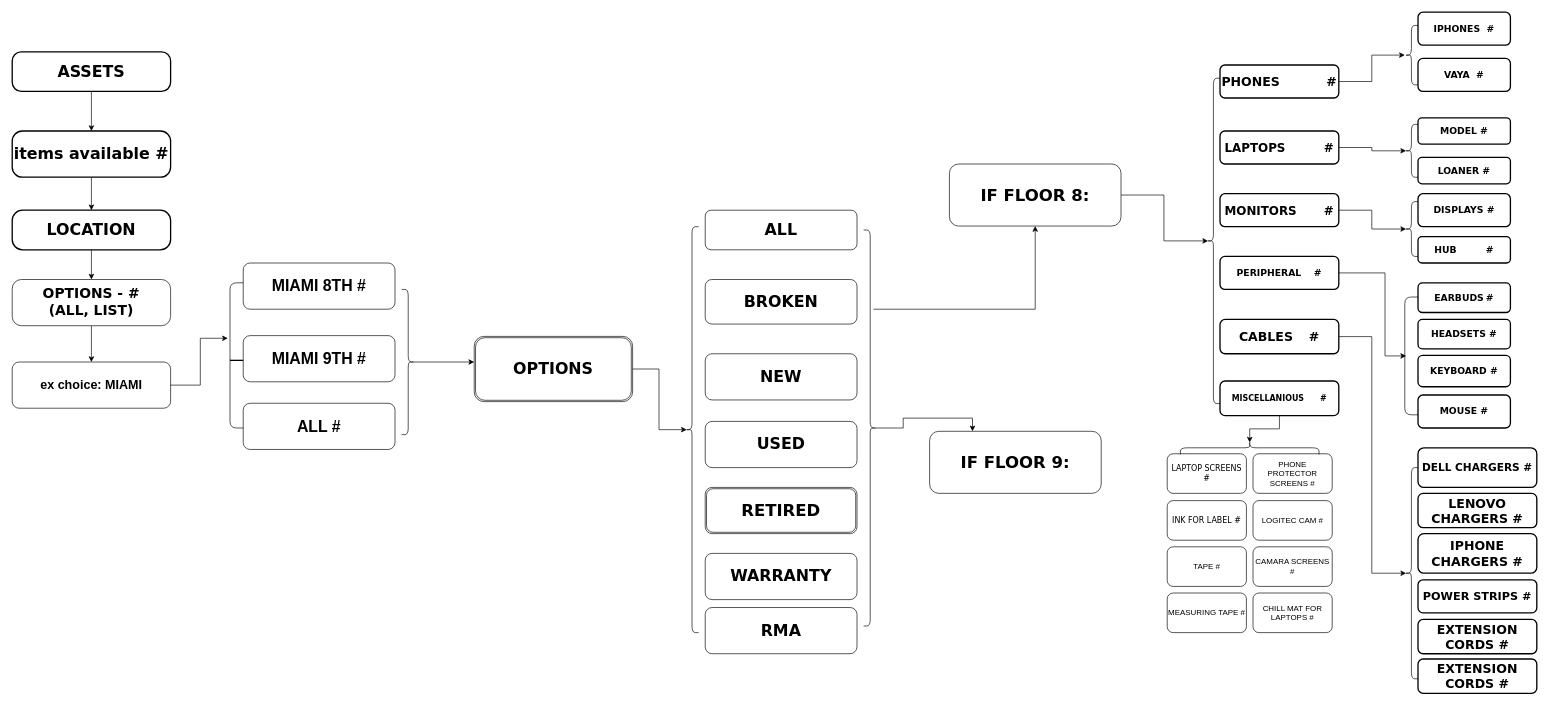
Before: therealchart.drawio in MelissaaGuz/storage.items, a draw.io diagram. Source tidied: cells renumbered, new cells numbered last; positions are measured from the earlier drawing's top-left corner, leaving out a move shared by most shapes. Both pictures are drawn from the tidied source at 66%, with x=0, y=0 at pixel (12, 12).
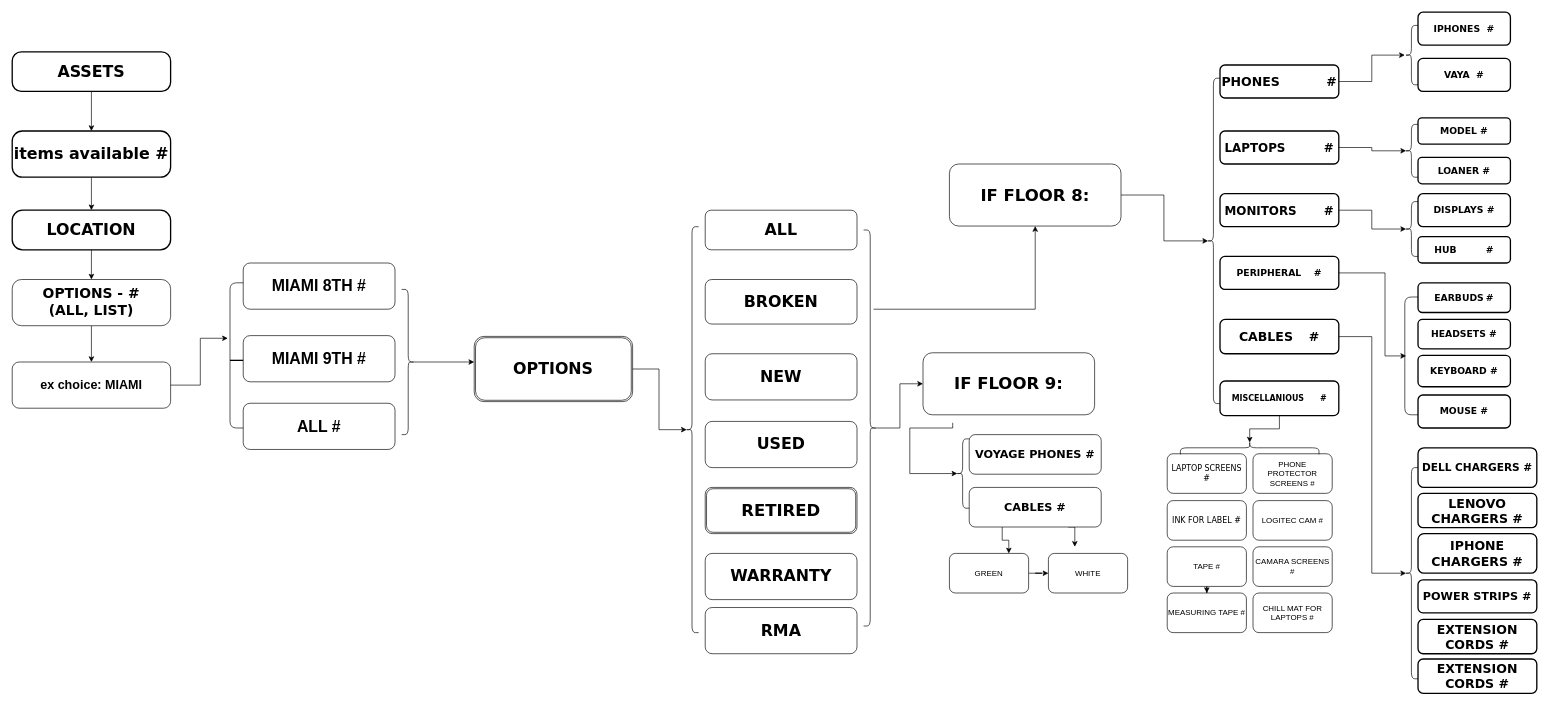
The same diagram, later.

The change refers to these unchanged cells:
```xml
<mxCell id="38" style="shape=curlyBracket;whiteSpace=wrap;html=1;rounded=1;flipH=1;labelPosition=right;verticalLabelPosition=middle;align=left;verticalAlign=middle;" parent="1" vertex="1">
  <mxGeometry x="1290" y="330" width="20" height="600" as="geometry" />
</mxCell>
<mxCell id="73" value="TAPE #" style="rounded=1;whiteSpace=wrap;html=1;" parent="1" vertex="1">
  <mxGeometry x="1750" y="810" width="120" height="60" as="geometry" />
</mxCell>
<mxCell id="74" value="MEASURING TAPE #" style="rounded=1;whiteSpace=wrap;html=1;" parent="1" vertex="1">
  <mxGeometry x="1750" y="880" width="120" height="60" as="geometry" />
</mxCell>
```

Diff of the diagram source:
```diff
@@
-    <mxCell id="37" style="edgeStyle=orthogonalEdgeStyle;rounded=0;jettySize=auto;html=1;exitX=0.1;exitY=0.5;exitDx=0;exitDy=0;exitPerimeter=0;entryX=0.25;entryY=0;entryDx=0;entryDy=0;" parent="1" edge="1" source="38" target="40">
+    <mxCell id="37" style="edgeStyle=orthogonalEdgeStyle;rounded=0;jettySize=auto;html=1;exitX=0.1;exitY=0.5;exitDx=0;exitDy=0;exitPerimeter=0;" parent="1" edge="1" source="38" target="40">
       <mxGeometry relative="1" as="geometry" />
     </mxCell>
@@
     <mxCell id="40" value="&lt;font style=&quot;font-size: 25px;&quot; face=&quot;Verdana&quot;&gt;&lt;b&gt;IF FLOOR 9:&lt;/b&gt;&lt;/font&gt;" style="rounded=1;whiteSpace=wrap;html=1;" parent="1" vertex="1">
-      <mxGeometry x="1390" y="635" width="260" height="94" as="geometry" />
+      <mxGeometry x="1380" y="516" width="260" height="94" as="geometry" />
     </mxCell>
@@
+    <mxCell id="80" style="edgeStyle=orthogonalEdgeStyle;rounded=0;jettySize=auto;html=1;" parent="1" edge="1" source="73" target="74">
+      <mxGeometry relative="1" as="geometry" />
+    </mxCell>
@@
+    <mxCell id="81" value="&lt;b&gt;&lt;font style=&quot;font-size: 17px;&quot; face=&quot;Verdana&quot;&gt;VOYAGE PHONES #&lt;/font&gt;&lt;/b&gt;" style="rounded=1;whiteSpace=wrap;html=1;" parent="1" vertex="1">
+      <mxGeometry x="1450" y="640" width="200" height="60" as="geometry" />
+    </mxCell>
+    <mxCell id="82" style="edgeStyle=orthogonalEdgeStyle;rounded=0;jettySize=auto;html=1;exitX=0.25;exitY=1;exitDx=0;exitDy=0;entryX=0.75;entryY=0;entryDx=0;entryDy=0;" parent="1" edge="1" source="84" target="88">
+      <mxGeometry relative="1" as="geometry" />
+    </mxCell>
+    <mxCell id="83" style="edgeStyle=orthogonalEdgeStyle;rounded=0;jettySize=auto;html=1;exitX=0.75;exitY=1;exitDx=0;exitDy=0;" parent="1" edge="1" source="84">
+      <mxGeometry relative="1" as="geometry">
+        <mxPoint x="1610" y="810" as="targetPoint" />
+      </mxGeometry>
+    </mxCell>
+    <mxCell id="84" value="&lt;b&gt;&lt;font style=&quot;font-size: 17px;&quot; face=&quot;Verdana&quot;&gt;CABLES #&lt;/font&gt;&lt;/b&gt;" style="rounded=1;whiteSpace=wrap;html=1;" parent="1" vertex="1">
+      <mxGeometry x="1450" y="720" width="200" height="60" as="geometry" />
+    </mxCell>
+    <mxCell id="85" style="edgeStyle=orthogonalEdgeStyle;rounded=0;jettySize=auto;html=1;exitX=0.173;exitY=1.129;exitDx=0;exitDy=0;exitPerimeter=0;entryX=0.1;entryY=0.5;entryDx=0;entryDy=0;entryPerimeter=0;" parent="1" edge="1" source="40" target="86">
+      <mxGeometry relative="1" as="geometry">
+        <Array as="points">
+          <mxPoint x="1425" y="630" />
+          <mxPoint x="1360" y="630" />
+          <mxPoint x="1360" y="699" />
+        </Array>
+      </mxGeometry>
+    </mxCell>
+    <mxCell id="86" style="shape=curlyBracket;whiteSpace=wrap;html=1;rounded=1;labelPosition=left;verticalLabelPosition=middle;align=right;verticalAlign=middle;" parent="1" vertex="1">
+      <mxGeometry x="1430" y="646.5" width="20" height="105" as="geometry" />
+    </mxCell>
+    <mxCell id="87" style="edgeStyle=orthogonalEdgeStyle;rounded=0;jettySize=auto;html=1;" parent="1" edge="1" source="88" target="89">
+      <mxGeometry relative="1" as="geometry" />
+    </mxCell>
+    <mxCell id="88" value="GREEN" style="rounded=1;whiteSpace=wrap;html=1;" parent="1" vertex="1">
+      <mxGeometry x="1420" y="820" width="120" height="60" as="geometry" />
+    </mxCell>
+    <mxCell id="89" value="WHITE" style="rounded=1;whiteSpace=wrap;html=1;" parent="1" vertex="1">
+      <mxGeometry x="1570" y="820" width="120" height="60" as="geometry" />
+    </mxCell>
```
